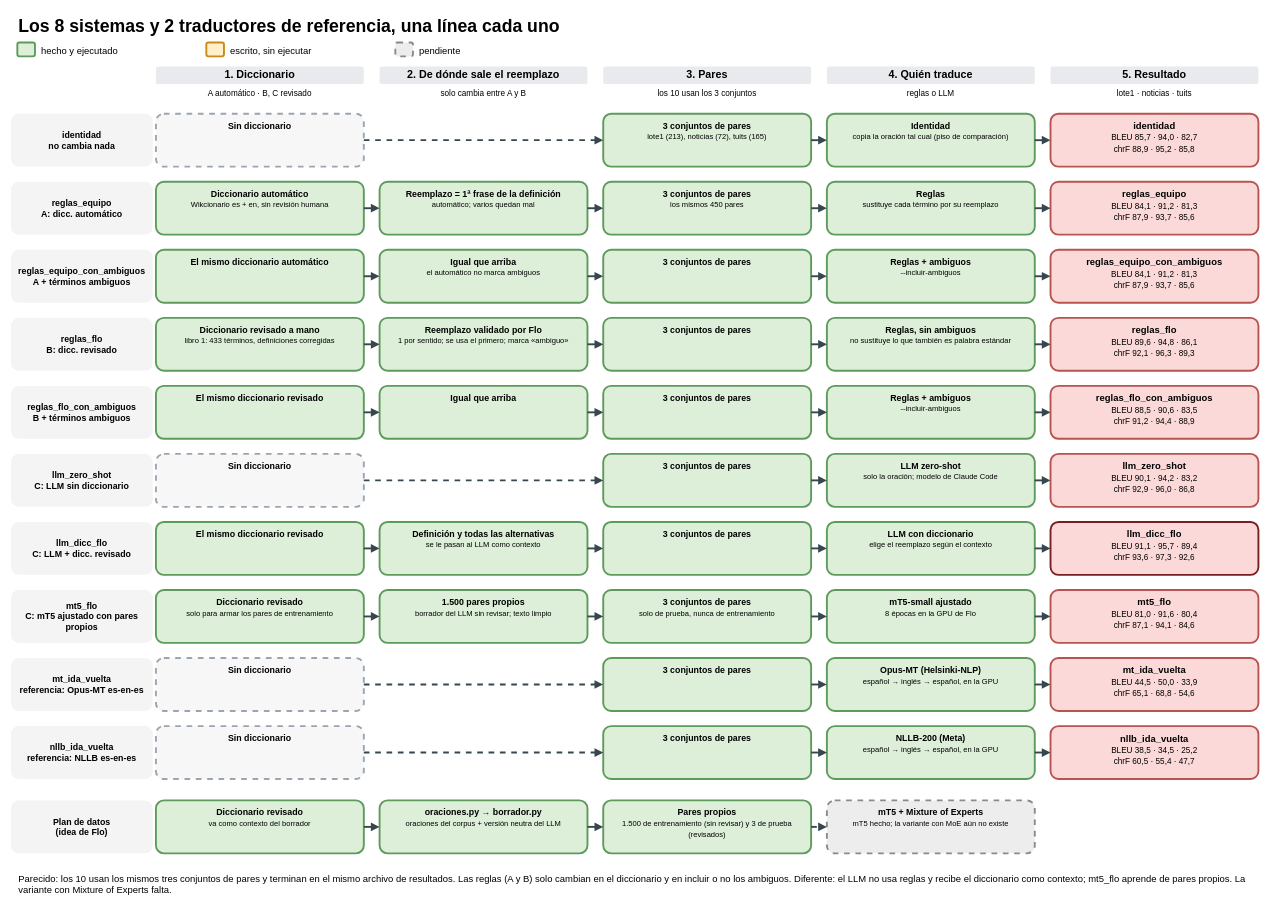
carlosiskindacool/proyecto-nlp keeps this draw.io diagram as page "Los sistemas en paralelo" (1 of 3) of docs/pipelines.drawio. Above is the earlier version. Source tidied: cells renumbered, new cells numbered last; positions are measured from the earlier drawing's top-left corner, leaving out a move shared by most shapes. Both pictures are drawn from the tidied source at 63%, with x=0, y=0 at pixel (11, 11).
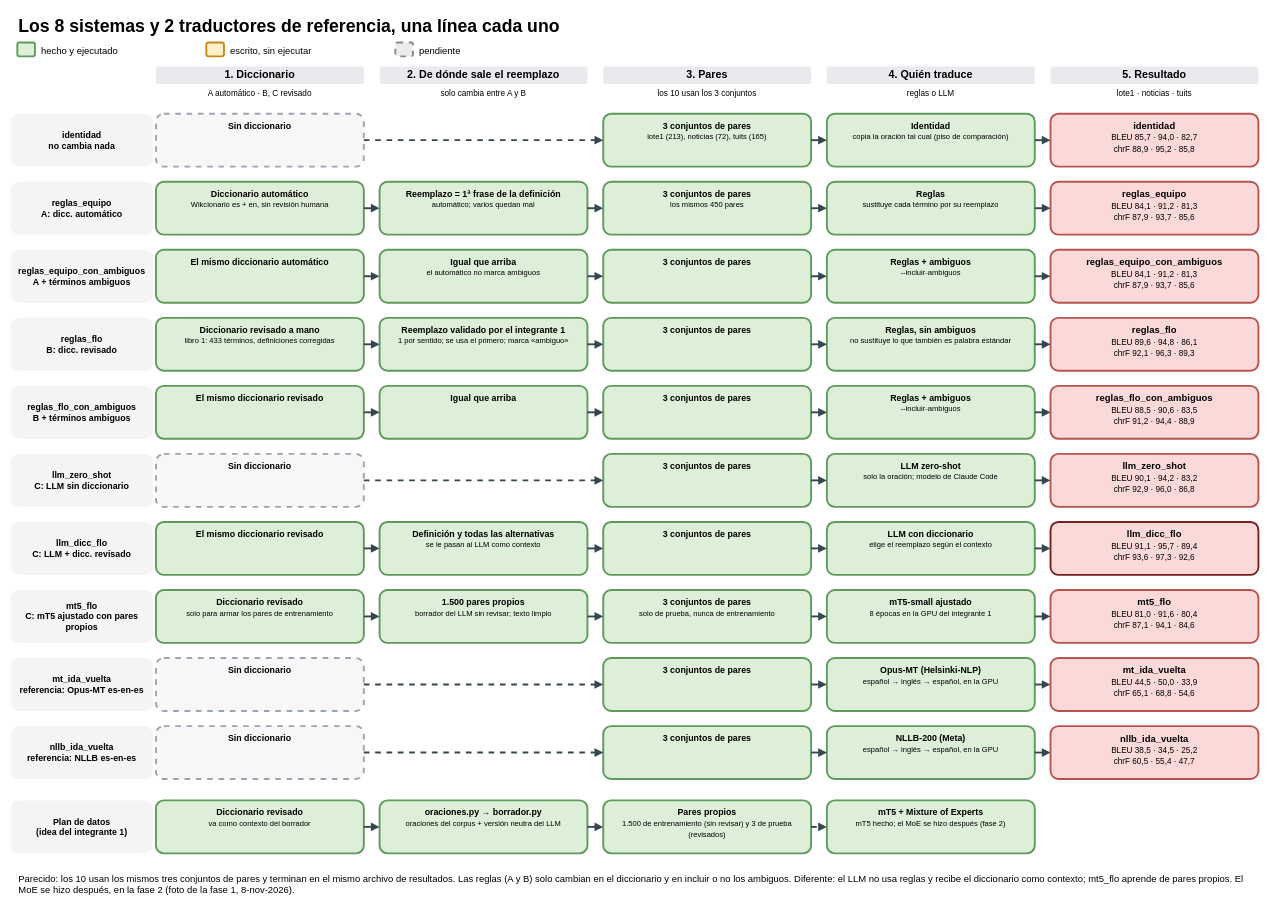
After the change.

The edit, as a diff of the source:
```diff
@@
-    <mxCell id="20" value="&lt;b&gt;Reemplazo validado por Flo&lt;/b&gt;&lt;br&gt;&lt;span style='font-size:12px'&gt;1 por sentido; se usa el primero; marca «ambiguo»&lt;/span&gt;" style="rounded=1;whiteSpace=wrap;html=1;fillColor=#DDEFD8;strokeColor=#5E9A5B;strokeWidth=3;fontSize=14;verticalAlign=top;align=center;spacing=6;" parent="1" vertex="1">
+    <mxCell id="20" value="&lt;b&gt;Reemplazo validado por el integrante 1&lt;/b&gt;&lt;br&gt;&lt;span style='font-size:12px'&gt;1 por sentido; se usa el primero; marca «ambiguo»&lt;/span&gt;" style="rounded=1;whiteSpace=wrap;html=1;fillColor=#DDEFD8;strokeColor=#5E9A5B;strokeWidth=3;fontSize=14;verticalAlign=top;align=center;spacing=6;" parent="1" vertex="1">
       <mxGeometry x="585" y="487" width="330" height="84" as="geometry" />
     </mxCell>
@@
-    <mxCell id="41" value="&lt;b&gt;mT5-small ajustado&lt;/b&gt;&lt;br&gt;&lt;span style='font-size:12px'&gt;8 épocas en la GPU de Flo&lt;/span&gt;" style="rounded=1;whiteSpace=wrap;html=1;fillColor=#DDEFD8;strokeColor=#5E9A5B;strokeWidth=3;fontSize=14;verticalAlign=top;align=center;spacing=6;" parent="1" vertex="1">
+    <mxCell id="41" value="&lt;b&gt;mT5-small ajustado&lt;/b&gt;&lt;br&gt;&lt;span style='font-size:12px'&gt;8 épocas en la GPU del integrante 1&lt;/span&gt;" style="rounded=1;whiteSpace=wrap;html=1;fillColor=#DDEFD8;strokeColor=#5E9A5B;strokeWidth=3;fontSize=14;verticalAlign=top;align=center;spacing=6;" parent="1" vertex="1">
       <mxGeometry x="1295" y="919" width="330" height="84" as="geometry" />
     </mxCell>
@@
-    <mxCell id="54" value="&lt;b&gt;mT5 + Mixture of Experts&lt;/b&gt;&lt;br&gt;&lt;span style='font-size:12px'&gt;mT5 hecho; la variante con MoE aún no existe&lt;/span&gt;" style="rounded=1;whiteSpace=wrap;html=1;fillColor=#EDEDED;strokeColor=#8A8A8A;strokeWidth=3;fontSize=14;verticalAlign=top;align=center;spacing=6;dashed=1;" parent="1" vertex="1">
+    <mxCell id="54" value="&lt;b&gt;mT5 + Mixture of Experts&lt;/b&gt;&lt;br&gt;&lt;span style='font-size:12px'&gt;mT5 hecho; el MoE se hizo después (fase 2)&lt;/span&gt;" style="rounded=1;whiteSpace=wrap;html=1;fillColor=#DDEFD8;strokeColor=#5E9A5B;strokeWidth=3;fontSize=14;verticalAlign=top;align=center;spacing=6;" parent="1" vertex="1">
       <mxGeometry x="1295" y="1253" width="330" height="84" as="geometry" />
     </mxCell>
@@
-    <mxCell id="79" value="Plan de datos&lt;br&gt;(idea de Flo)" style="text;html=1;whiteSpace=wrap;fontSize=14;align=center;verticalAlign=middle;fontStyle=1;fillColor=#F4F4F4;rounded=1;" parent="1" vertex="1">
+    <mxCell id="79" value="Plan de datos&lt;br&gt;(idea del integrante 1)" style="text;html=1;whiteSpace=wrap;fontSize=14;align=center;verticalAlign=middle;fontStyle=1;fillColor=#F4F4F4;rounded=1;" parent="1" vertex="1">
       <mxGeometry y="1253" width="225" height="84" as="geometry" />
     </mxCell>
-    <mxCell id="80" value="Parecido: los 10 usan los mismos tres conjuntos de pares y terminan en el mismo archivo de resultados. Las reglas (A y B) solo cambian en el diccionario y en incluir o no los ambiguos. Diferente: el LLM no usa reglas y recibe el diccionario como contexto; mt5_flo aprende de pares propios. La variante con Mixture of Experts falta." style="text;html=1;whiteSpace=wrap;fontSize=15;align=left;verticalAlign=top;" parent="1" vertex="1">
+    <mxCell id="80" value="Parecido: los 10 usan los mismos tres conjuntos de pares y terminan en el mismo archivo de resultados. Las reglas (A y B) solo cambian en el diccionario y en incluir o no los ambiguos. Diferente: el LLM no usa reglas y recibe el diccionario como contexto; mt5_flo aprende de pares propios. El MoE se hizo después, en la fase 2 (foto de la fase 1, 8-nov-2026)." style="text;html=1;whiteSpace=wrap;fontSize=15;align=left;verticalAlign=top;" parent="1" vertex="1">
       <mxGeometry x="10" y="1362" width="1950" height="60" as="geometry" />
     </mxCell>
```
